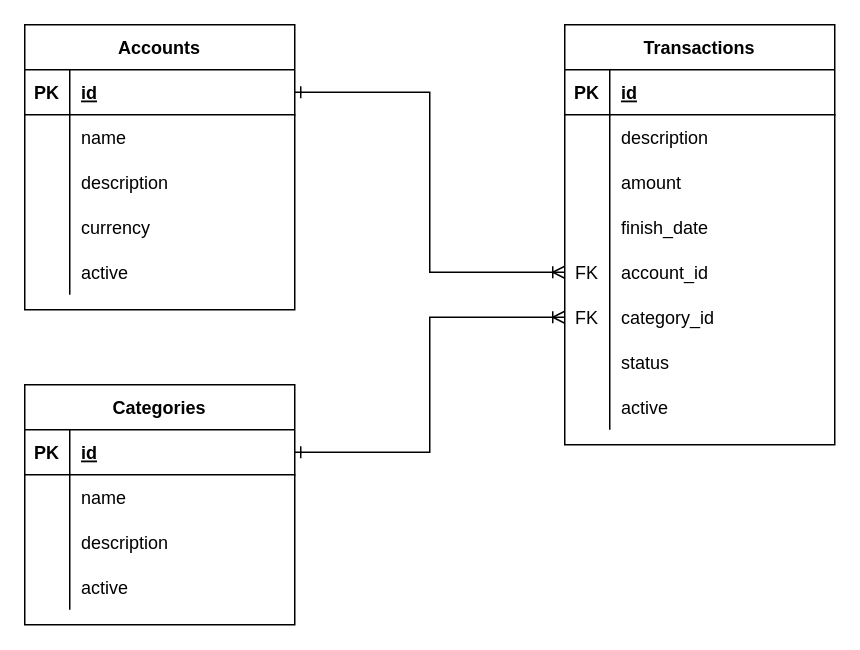
My-Financial-Hub/core-api keeps this draw.io diagram as api/docs/database/database.drawio. Above is the earlier version. Source tidied: cells renumbered, new cells numbered last; positions are measured from the earlier drawing's top-left corner, leaving out a move shared by most shapes. Both pictures are drawn from the tidied source at 150%, with x=0, y=0 at pixel (24, 24).
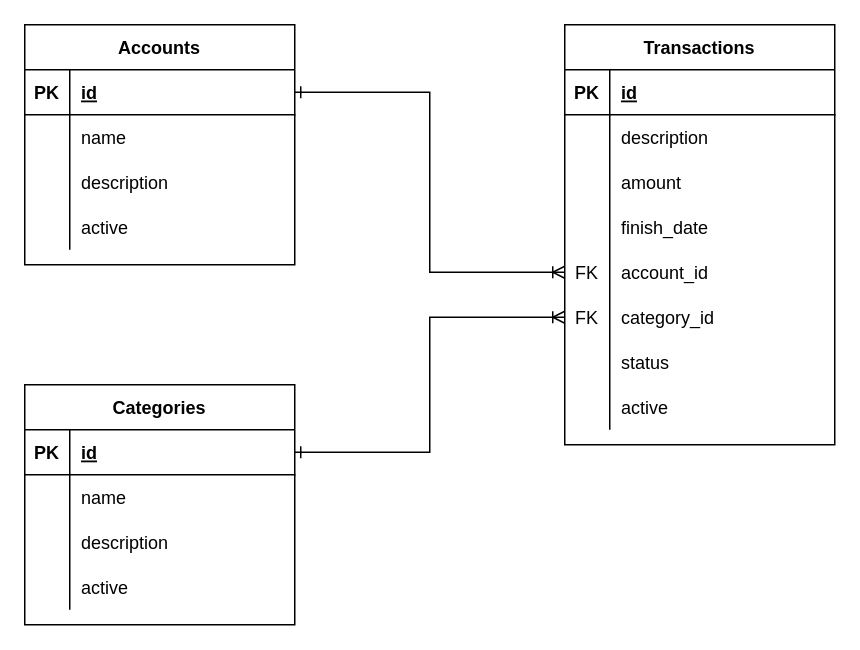
The same page after the edit.

Commit message (it also covers changes not shown here):
Removes : Currency Account

What changed in the source:
```diff
@@
     <mxCell id="2" value="Accounts" style="shape=table;startSize=30;childLayout=tableLayout;rowLines=0;fontStyle=1;align=center;" parent="1" vertex="1">
-      <mxGeometry width="180" height="190" as="geometry" />
+      <mxGeometry width="180" height="160" as="geometry" />
     </mxCell>
@@
-    <mxCell id="12" style="shape=partialRectangle;fillColor=none;top=0;left=0;bottom=0;right=0;" parent="2" vertex="1">
-      <mxGeometry y="120" width="180" height="30" as="geometry" />
-    </mxCell>
-    <mxCell id="13" style="shape=partialRectangle;fillColor=none;top=0;left=0;bottom=0;right=0;overflow=hidden;" parent="12" vertex="1">
-      <mxGeometry width="30" height="30" as="geometry" />
-    </mxCell>
-    <mxCell id="14" value="currency" style="shape=partialRectangle;fillColor=none;top=0;left=0;bottom=0;right=0;align=left;spacingLeft=6;overflow=hidden;" parent="12" vertex="1">
-      <mxGeometry x="30" width="150" height="30" as="geometry" />
-    </mxCell>
     <mxCell id="15" style="shape=partialRectangle;fillColor=none;top=0;left=0;bottom=0;right=0;" parent="2" vertex="1">
-      <mxGeometry y="150" width="180" height="30" as="geometry" />
+      <mxGeometry y="120" width="180" height="30" as="geometry" />
     </mxCell>
```
